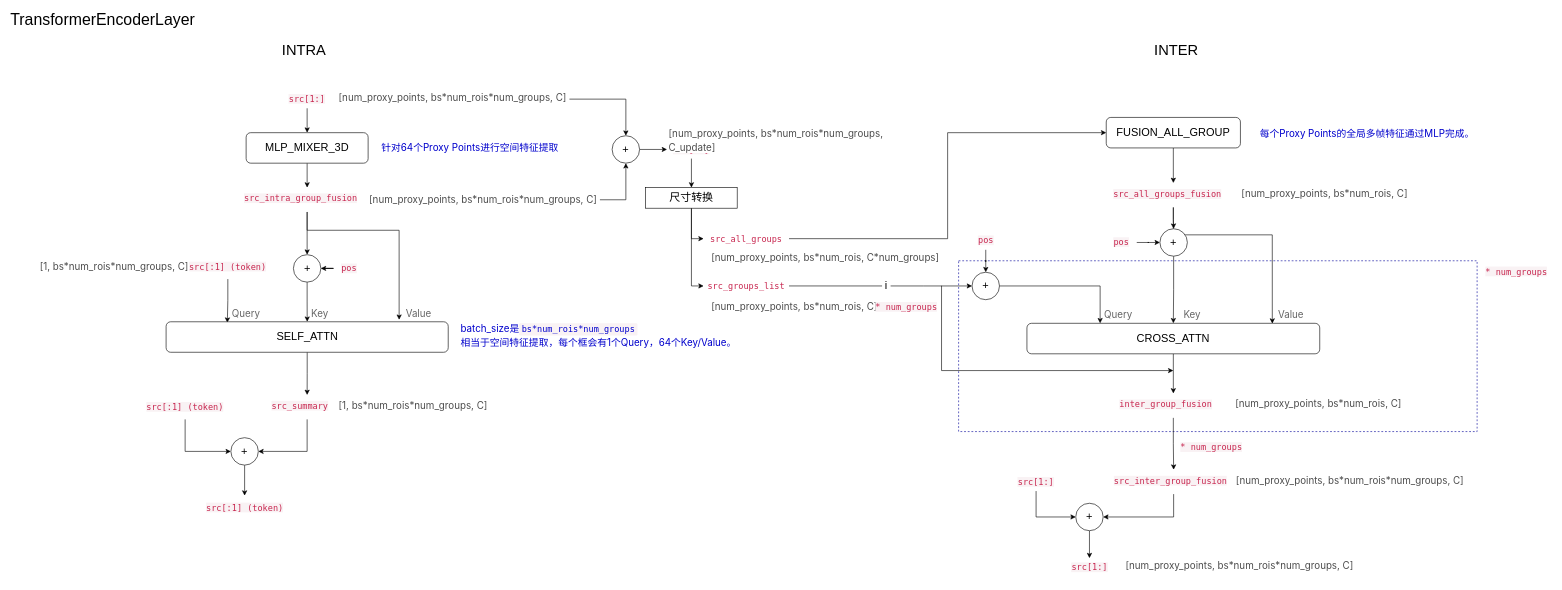
The draw.io diagram mppnet.drawio in wennieWN/UML, before the edit. Source tidied: cells renumbered, new cells numbered last; positions are measured from the earlier drawing's top-left corner, leaving out a move shared by most shapes. Both pictures are drawn from the tidied source at 61%, with x=0, y=0 at pixel (32, 10).
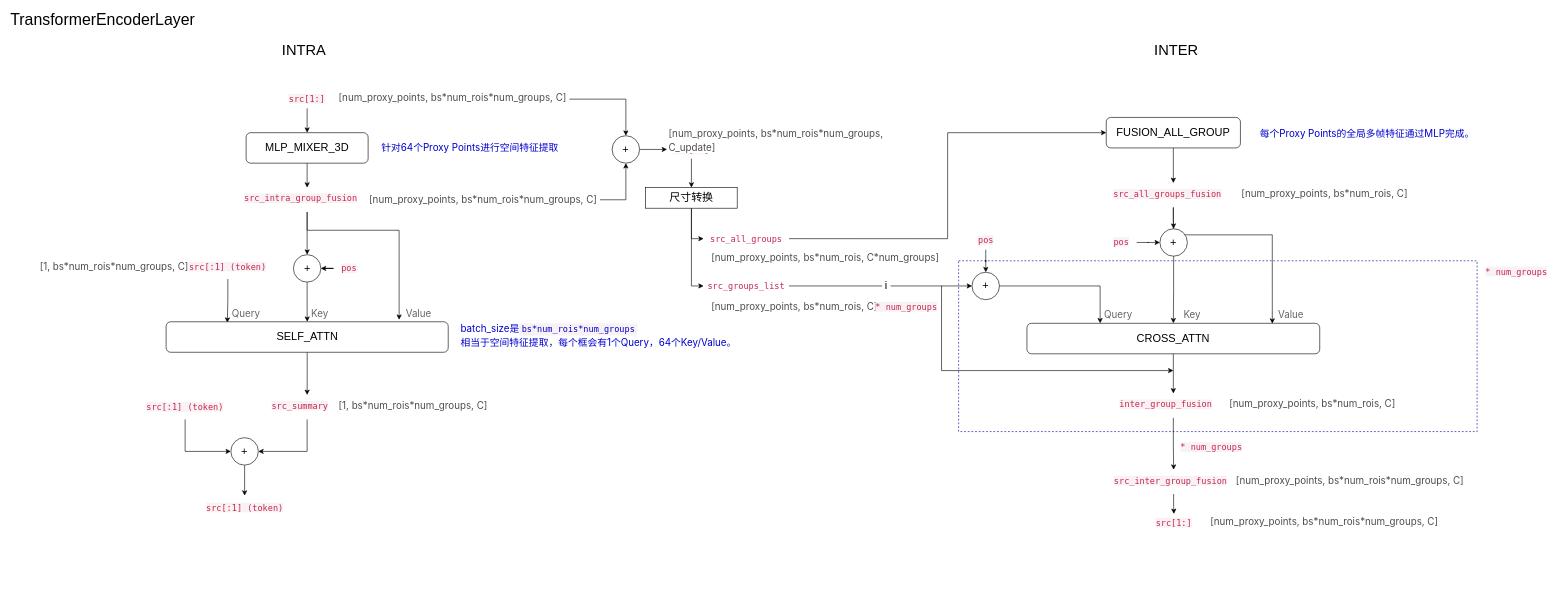
The same diagram, later.

The change refers to these unchanged cells:
```xml
<mxCell id="63" value="&lt;span style=&quot;color: rgb(199, 37, 78); font-family: &amp;quot;Source Code Pro&amp;quot;, &amp;quot;DejaVu Sans Mono&amp;quot;, &amp;quot;Ubuntu Mono&amp;quot;, &amp;quot;Anonymous Pro&amp;quot;, &amp;quot;Droid Sans Mono&amp;quot;, Menlo, Monaco, Consolas, Inconsolata, Courier, monospace, &amp;quot;PingFang SC&amp;quot;, &amp;quot;Microsoft YaHei&amp;quot;, sans-serif; font-size: 14px; font-style: normal; font-variant-ligatures: no-common-ligatures; font-variant-caps: normal; font-weight: 400; letter-spacing: normal; orphans: 2; text-align: start; text-indent: 0px; text-transform: none; widows: 2; word-spacing: 0px; -webkit-text-stroke-width: 0px; background-color: rgb(249, 242, 244); text-decoration-thickness: initial; text-decoration-style: initial; text-decoration-color: initial; float: none; display: inline !important;&quot;&gt;src_inter_group_fusion&lt;/span&gt;" style="text;whiteSpace=wrap;html=1;fontSize=18;fontColor=#000000;" parent="1" vertex="1">
  <mxGeometry x="1770.5" y="752.5" width="200" height="40" as="geometry" />
</mxCell>
```

The edit, as a diff of the source:
```diff
@@
     <mxCell id="61" value="&lt;span style=&quot;color: rgb(77, 77, 77); font-family: -apple-system, &amp;quot;SF UI Text&amp;quot;, Arial, &amp;quot;PingFang SC&amp;quot;, &amp;quot;Hiragino Sans GB&amp;quot;, &amp;quot;Microsoft YaHei&amp;quot;, &amp;quot;WenQuanYi Micro Hei&amp;quot;, sans-serif; font-size: 16px; font-style: normal; font-variant-ligatures: no-common-ligatures; font-variant-caps: normal; font-weight: 400; letter-spacing: normal; orphans: 2; text-align: start; text-indent: 0px; text-transform: none; widows: 2; word-spacing: 0px; -webkit-text-stroke-width: 0px; background-color: rgb(255, 255, 255); text-decoration-thickness: initial; text-decoration-style: initial; text-decoration-color: initial; float: none; display: inline !important;&quot;&gt;[num_proxy_points, bs*num_rois, C]&lt;/span&gt;" style="text;whiteSpace=wrap;html=1;fontSize=18;fontColor=#000000;" parent="1" vertex="1">
-      <mxGeometry x="1970" y="627.5" width="280" height="40" as="geometry" />
+      <mxGeometry x="1960" y="627.5" width="280" height="40" as="geometry" />
     </mxCell>
-    <mxCell id="62" style="edgeStyle=orthogonalEdgeStyle;rounded=0;jettySize=auto;html=1;entryX=1;entryY=0.5;entryDx=0;entryDy=0;fontSize=18;fontColor=#000000;exitX=0.5;exitY=1;exitDx=0;exitDy=0;" parent="1" edge="1" source="63" target="68">
-      <mxGeometry relative="1" as="geometry" />
-    </mxCell>
@@
-    <mxCell id="65" style="edgeStyle=orthogonalEdgeStyle;rounded=0;jettySize=auto;html=1;entryX=0;entryY=0.5;entryDx=0;entryDy=0;fontSize=18;fontColor=#000000;" parent="1" edge="1" source="66" target="68">
-      <mxGeometry relative="1" as="geometry" />
-    </mxCell>
-    <mxCell id="66" value="&lt;span style=&quot;color: rgb(199, 37, 78); font-family: &amp;quot;Source Code Pro&amp;quot;, &amp;quot;DejaVu Sans Mono&amp;quot;, &amp;quot;Ubuntu Mono&amp;quot;, &amp;quot;Anonymous Pro&amp;quot;, &amp;quot;Droid Sans Mono&amp;quot;, Menlo, Monaco, Consolas, Inconsolata, Courier, monospace, &amp;quot;PingFang SC&amp;quot;, &amp;quot;Microsoft YaHei&amp;quot;, sans-serif; font-size: 14px; font-variant-ligatures: no-common-ligatures; text-align: start; background-color: rgb(249, 242, 244);&quot;&gt;src[1:]&lt;/span&gt;" style="text;html=1;strokeColor=none;fillColor=none;align=center;verticalAlign=middle;whiteSpace=wrap;rounded=0;" parent="1" vertex="1">
-      <mxGeometry x="1580" y="757.5" width="130" height="30" as="geometry" />
-    </mxCell>
-    <mxCell id="67" style="edgeStyle=orthogonalEdgeStyle;rounded=0;jettySize=auto;html=1;entryX=0.5;entryY=0;entryDx=0;entryDy=0;fontSize=18;fontColor=#000000;" parent="1" edge="1" source="68" target="69">
+    <mxCell id="67" style="edgeStyle=orthogonalEdgeStyle;rounded=0;jettySize=auto;html=1;entryX=0.5;entryY=0;entryDx=0;entryDy=0;fontSize=18;fontColor=#000000;" parent="1" edge="1" source="63" target="69">
       <mxGeometry relative="1" as="geometry" />
     </mxCell>
-    <mxCell id="68" value="+" style="ellipse;whiteSpace=wrap;html=1;fontSize=18;" parent="1" vertex="1">
-      <mxGeometry x="1710" y="807.5" width="45" height="45" as="geometry" />
-    </mxCell>
     <mxCell id="69" value="&lt;span style=&quot;color: rgb(199, 37, 78); font-family: &amp;quot;Source Code Pro&amp;quot;, &amp;quot;DejaVu Sans Mono&amp;quot;, &amp;quot;Ubuntu Mono&amp;quot;, &amp;quot;Anonymous Pro&amp;quot;, &amp;quot;Droid Sans Mono&amp;quot;, Menlo, Monaco, Consolas, Inconsolata, Courier, monospace, &amp;quot;PingFang SC&amp;quot;, &amp;quot;Microsoft YaHei&amp;quot;, sans-serif; font-size: 14px; font-variant-ligatures: no-common-ligatures; text-align: start; background-color: rgb(249, 242, 244);&quot;&gt;src[1:]&lt;/span&gt;" style="text;html=1;strokeColor=none;fillColor=none;align=center;verticalAlign=middle;whiteSpace=wrap;rounded=0;" parent="1" vertex="1">
-      <mxGeometry x="1667.5" y="897.5" width="130" height="30" as="geometry" />
+      <mxGeometry x="1806" y="825" width="130" height="30" as="geometry" />
     </mxCell>
     <mxCell id="70" value="&lt;span style=&quot;color: rgb(77, 77, 77); font-family: -apple-system, &amp;quot;SF UI Text&amp;quot;, Arial, &amp;quot;PingFang SC&amp;quot;, &amp;quot;Hiragino Sans GB&amp;quot;, &amp;quot;Microsoft YaHei&amp;quot;, &amp;quot;WenQuanYi Micro Hei&amp;quot;, sans-serif; font-size: 16px; font-style: normal; font-variant-ligatures: no-common-ligatures; font-variant-caps: normal; font-weight: 400; letter-spacing: normal; orphans: 2; text-align: start; text-indent: 0px; text-transform: none; widows: 2; word-spacing: 0px; -webkit-text-stroke-width: 0px; background-color: rgb(255, 255, 255); text-decoration-thickness: initial; text-decoration-style: initial; text-decoration-color: initial; float: none; display: inline !important;&quot;&gt;[num_proxy_points, bs*num_rois*num_groups, C]&lt;/span&gt;" style="text;whiteSpace=wrap;html=1;fontSize=18;fontColor=#000000;" parent="1" vertex="1">
-      <mxGeometry x="1790" y="892.5" width="380" height="40" as="geometry" />
+      <mxGeometry x="1928.5" y="820" width="380" height="40" as="geometry" />
     </mxCell>
```
